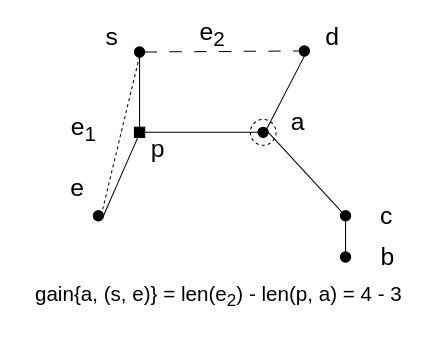
This is page "Homework7_3" (6 of 10) of images/ECE6133.drawio from 1102131860/ECE6133, a draw.io file, before an edit. Source tidied: cells renumbered, new cells numbered last; positions are measured from the earlier drawing's top-left corner, leaving out a move shared by most shapes. Both pictures are drawn from the tidied source at 103%, with x=0, y=0 at pixel (18, 19).
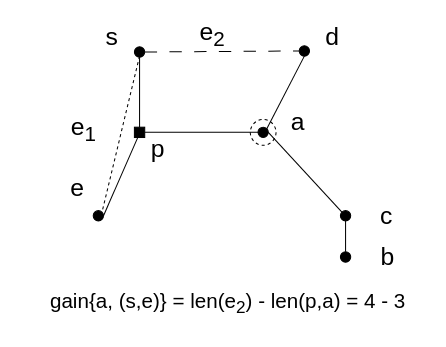
The same page after the edit.

Diff of the diagram source:
```diff
@@
-    <mxCell id="20" value="&lt;font style=&quot;font-size: 20px;&quot;&gt;gain{a, (s, e)} = len(e&lt;sub style=&quot;&quot;&gt;2&lt;/sub&gt;) - len(p, a)&amp;nbsp;= 4 - 3&lt;/font&gt;" style="text;html=1;align=center;verticalAlign=middle;whiteSpace=wrap;rounded=0;" parent="1" vertex="1">
-      <mxGeometry y="243.5" width="390" height="50" as="geometry" />
+    <mxCell id="20" value="&lt;font style=&quot;font-size: 20px;&quot;&gt;gain{a, (s,e)} = len(e&lt;sub style=&quot;&quot;&gt;2&lt;/sub&gt;) - len(p,a)&amp;nbsp;= 4 - 3&lt;/font&gt;" style="text;html=1;align=center;verticalAlign=middle;whiteSpace=wrap;rounded=0;" parent="1" vertex="1">
+      <mxGeometry x="9" y="251" width="390" height="50" as="geometry" />
     </mxCell>
```
